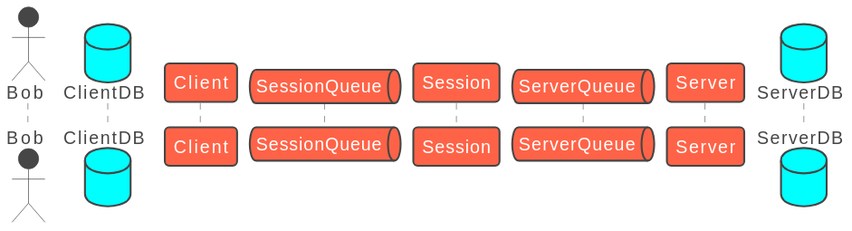
Earlier version of the PlantUML export out/loadClient.svg (mchlebosz/IPC-Chat-Service).
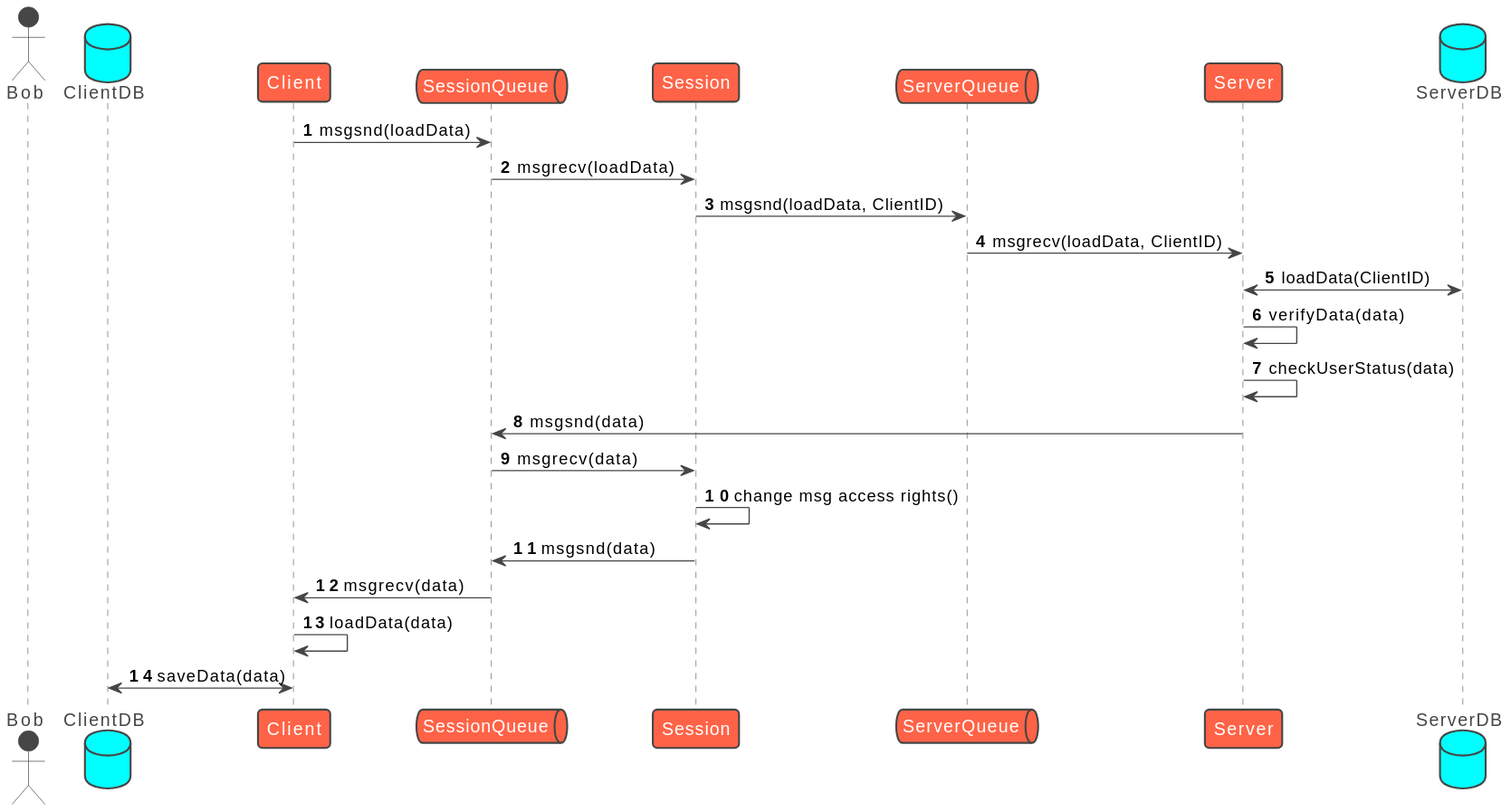
The same file after the commit.

Change to the diagram source:
```diff
@@ -10,4 +10,21 @@
 queue ServerQueue
 participant Server
 database ServerDB
+
+
+Client -> SessionQueue : msgsnd(loadData)
+SessionQueue -> Session : msgrecv(loadData)
+Session -> ServerQueue : msgsnd(loadData, ClientID)
+ServerQueue -> Server : msgrecv(loadData, ClientID)
+Server <-> ServerDB : loadData(ClientID)
+Server -> Server : verifyData(data)
+Server -> Server : checkUserStatus(data)
+
+Server -> SessionQueue : msgsnd(data)
+SessionQueue -> Session : msgrecv(data)
+Session -> Session : change msg access rights()
+Session -> SessionQueue : msgsnd(data)
+SessionQueue -> Client : msgrecv(data)
+Client -> Client : loadData(data)
+Client <-> ClientDB : saveData(data)
 @enduml
```
